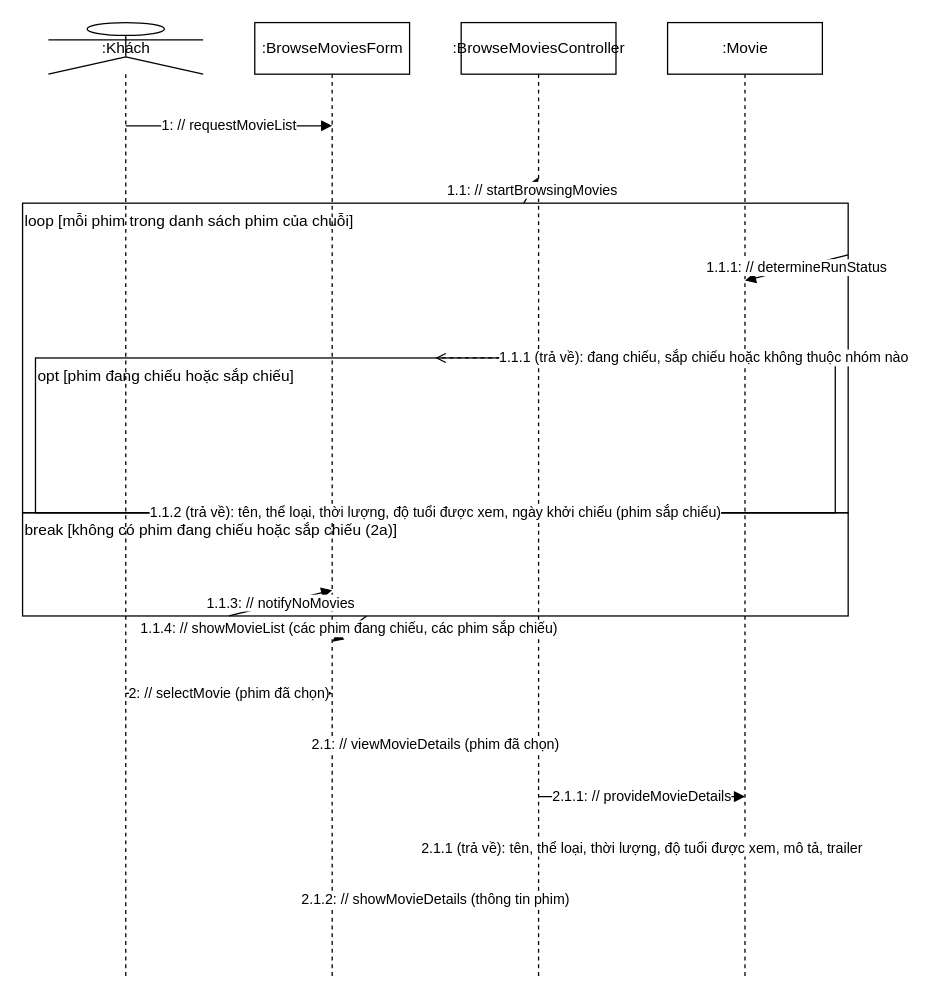
This is design/diagrams/P07-sequence-UC-003.drawio from luytbq/app-dat-ve-xem-phim, a draw.io file, before an edit. Source tidied: cells renumbered, new cells numbered last; positions are measured from the earlier drawing's top-left corner, leaving out a move shared by most shapes. Both pictures are drawn from the tidied source at 129%, with x=0, y=0 at pixel (22, 22).
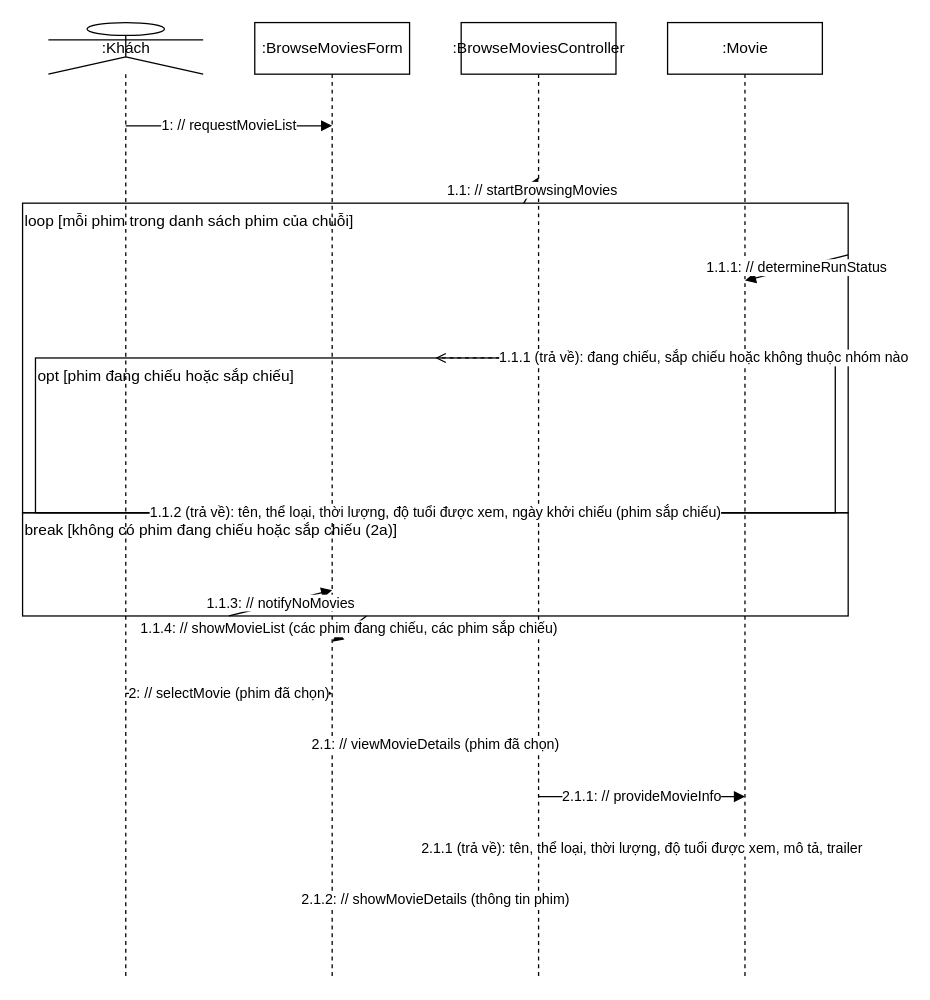
The same diagram, later.

Change to the diagram source:
```diff
@@
-    <mxCell id="19" value="2.1.1: // provideMovieDetails" style="endArrow=block;endFill=1;html=1;" parent="1" edge="1">
+    <mxCell id="19" value="2.1.1: // provideMovieInfo" style="endArrow=block;endFill=1;html=1;" parent="1" edge="1">
       <mxGeometry relative="1" as="geometry">
         <mxPoint x="400" y="600" as="sourcePoint" />
         <mxPoint x="560" y="600" as="targetPoint" />
       </mxGeometry>
     </mxCell>
```
